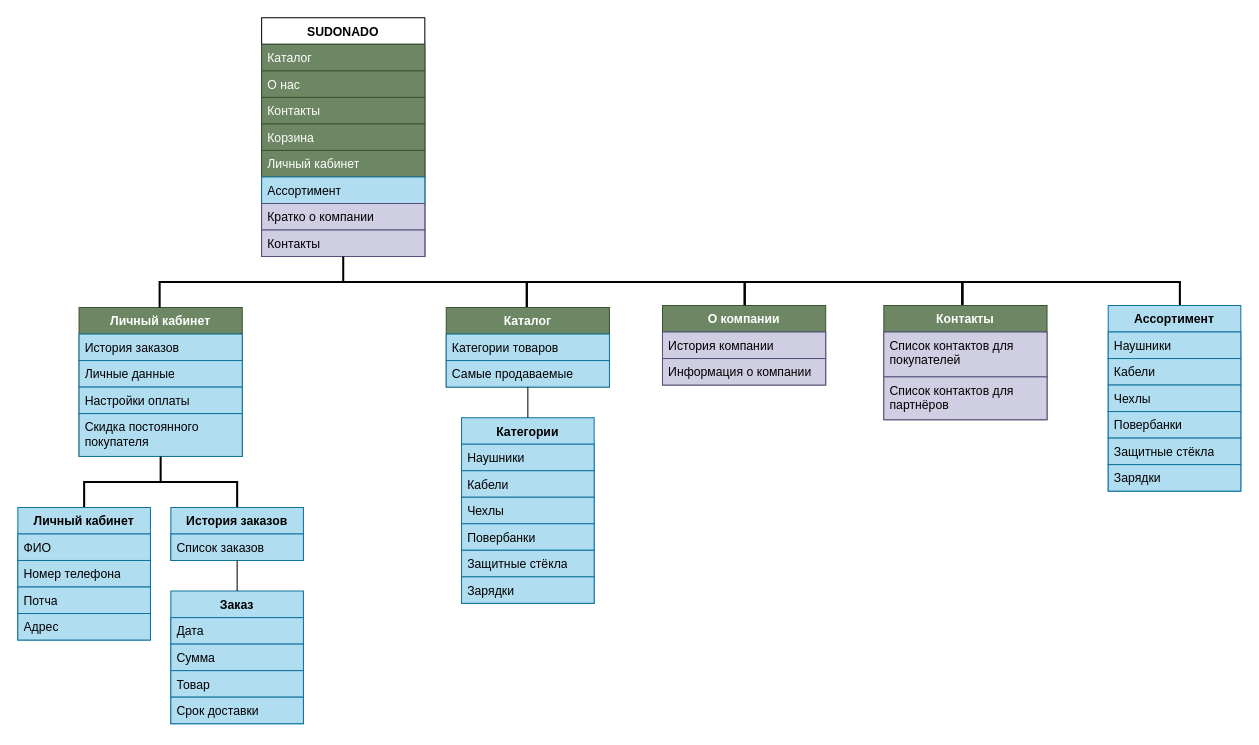
qnezor/qnezor.github.io keeps this draw.io diagram as Диаграмма без названия.drawio. Above is the earlier version. Source tidied: cells renumbered, new cells numbered last; positions are measured from the earlier drawing's top-left corner, leaving out a move shared by most shapes. Both pictures are drawn from the tidied source at 102%, with x=0, y=0 at pixel (17, 17).
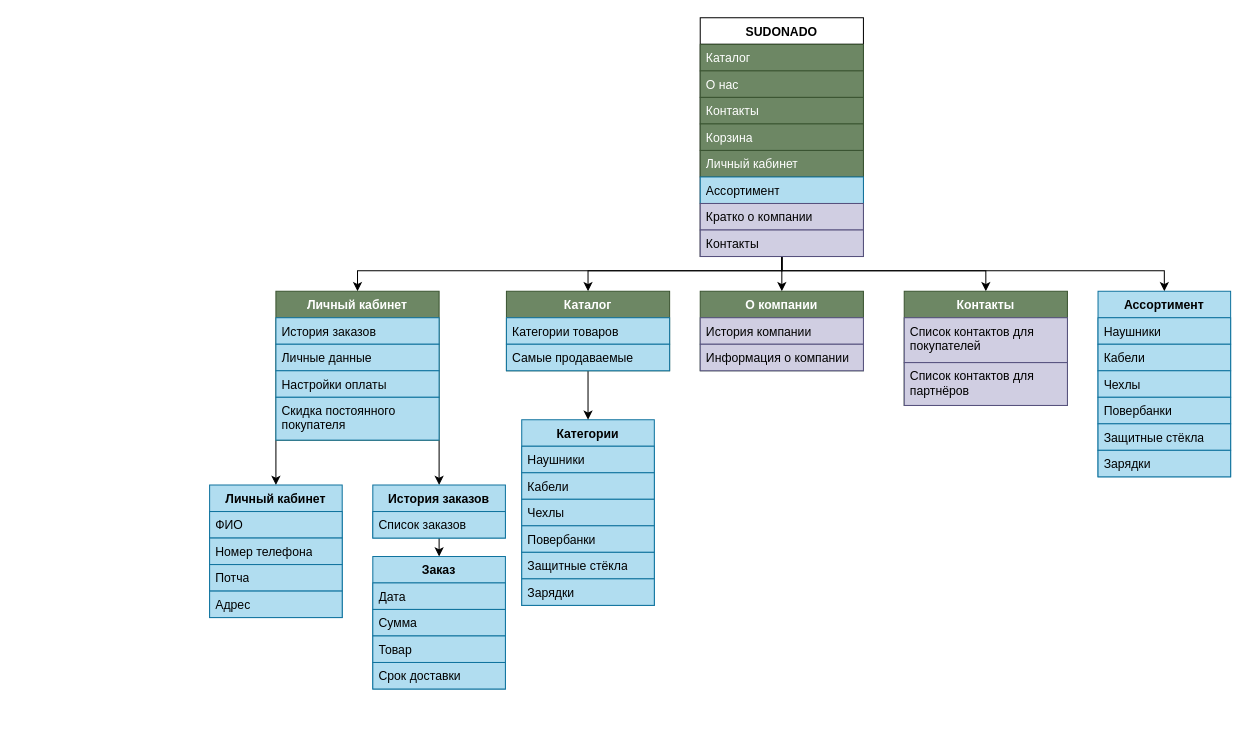
Above is the later version.

Change to the diagram source:
```diff
@@
-    <mxCell id="2" style="strokeWidth=2;html=1;shape=mxgraph.flowchart.annotation_1;align=left;rotation=90;" parent="1" vertex="1">
-      <mxGeometry x="1021" y="163.8" width="23" height="213.5" as="geometry" />
-    </mxCell>
+    <mxCell id="58" style="edgeStyle=orthogonalEdgeStyle;rounded=0;jettySize=auto;html=1;exitX=0.5;exitY=1;exitDx=0;exitDy=0;entryX=0.5;entryY=0;entryDx=0;entryDy=0;" parent="1" edge="1" source="3" target="40">
+      <mxGeometry relative="1" as="geometry" />
+    </mxCell>
+    <mxCell id="59" style="edgeStyle=orthogonalEdgeStyle;rounded=0;jettySize=auto;html=1;exitX=0.5;exitY=1;exitDx=0;exitDy=0;entryX=0.5;entryY=0;entryDx=0;entryDy=0;" parent="1" edge="1" source="3" target="47">
+      <mxGeometry relative="1" as="geometry">
+        <Array as="points">
+          <mxPoint x="749" y="248" />
+          <mxPoint x="559" y="248" />
+        </Array>
+      </mxGeometry>
+    </mxCell>
+    <mxCell id="60" style="edgeStyle=orthogonalEdgeStyle;rounded=0;jettySize=auto;html=1;exitX=0.5;exitY=1;exitDx=0;exitDy=0;entryX=0.5;entryY=0;entryDx=0;entryDy=0;" parent="1" edge="1" source="3" target="12">
+      <mxGeometry relative="1" as="geometry">
+        <Array as="points">
+          <mxPoint x="749" y="248" />
+          <mxPoint x="333" y="248" />
+        </Array>
+      </mxGeometry>
+    </mxCell>
+    <mxCell id="61" style="edgeStyle=orthogonalEdgeStyle;rounded=0;jettySize=auto;html=1;exitX=0.5;exitY=1;exitDx=0;exitDy=0;entryX=0.5;entryY=0;entryDx=0;entryDy=0;" parent="1" edge="1" source="3" target="44">
+      <mxGeometry relative="1" as="geometry">
+        <Array as="points">
+          <mxPoint x="749" y="248" />
+          <mxPoint x="949" y="248" />
+        </Array>
+      </mxGeometry>
+    </mxCell>
+    <mxCell id="62" style="edgeStyle=orthogonalEdgeStyle;rounded=0;jettySize=auto;html=1;exitX=0.5;exitY=1;exitDx=0;exitDy=0;entryX=0.5;entryY=0;entryDx=0;entryDy=0;" parent="1" edge="1" source="3" target="51">
+      <mxGeometry relative="1" as="geometry">
+        <Array as="points">
+          <mxPoint x="749" y="248" />
+          <mxPoint x="1124" y="248" />
+        </Array>
+      </mxGeometry>
+    </mxCell>
     <mxCell id="3" value="SUDONADO" style="swimlane;fontStyle=1;align=center;verticalAlign=top;horizontal=1;startSize=26;whiteSpace=wrap;html=1;" parent="1" vertex="1">
-      <mxGeometry x="239" width="160" height="234" as="geometry" />
+      <mxGeometry x="669" width="160" height="234" as="geometry" />
     </mxCell>
@@
+    <mxCell id="63" style="edgeStyle=orthogonalEdgeStyle;rounded=0;jettySize=auto;html=1;exitX=1;exitY=1;exitDx=0;exitDy=0;entryX=0.5;entryY=0;entryDx=0;entryDy=0;" parent="1" edge="1" source="12" target="24">
+      <mxGeometry relative="1" as="geometry" />
+    </mxCell>
+    <mxCell id="64" style="edgeStyle=orthogonalEdgeStyle;rounded=0;jettySize=auto;html=1;exitX=0;exitY=1;exitDx=0;exitDy=0;entryX=0.5;entryY=0;entryDx=0;entryDy=0;" parent="1" edge="1" source="12" target="19">
+      <mxGeometry relative="1" as="geometry" />
+    </mxCell>
     <mxCell id="12" value="Личный кабинет" style="swimlane;fontStyle=1;align=center;verticalAlign=top;horizontal=1;startSize=26;whiteSpace=wrap;html=1;fillColor=#6d8764;strokeColor=#3A5431;fontColor=#ffffff;" parent="1" vertex="1">
-      <mxGeometry x="60" y="284" width="160" height="146" as="geometry" />
+      <mxGeometry x="253" y="268" width="160" height="146" as="geometry" />
     </mxCell>
@@
-    <mxCell id="17" style="strokeWidth=2;shape=mxgraph.flowchart.annotation_2;align=left;labelPosition=right;direction=south;labelBorderColor=none;html=1;" parent="1" vertex="1">
-      <mxGeometry x="139" y="234" width="360" height="50" as="geometry" />
-    </mxCell>
-    <mxCell id="18" style="strokeWidth=2;html=1;shape=mxgraph.flowchart.annotation_2;align=left;labelPosition=right;direction=south;" parent="1" vertex="1">
-      <mxGeometry x="65" y="430" width="150" height="50" as="geometry" />
-    </mxCell>
     <mxCell id="19" value="Личный кабинет" style="swimlane;fontStyle=1;align=center;verticalAlign=top;horizontal=1;startSize=26;whiteSpace=wrap;html=1;fillColor=#b1ddf0;strokeColor=#10739e;" parent="1" vertex="1">
-      <mxGeometry y="480" width="130" height="130" as="geometry" />
+      <mxGeometry x="188" y="458" width="130" height="130" as="geometry" />
     </mxCell>
@@
+    <mxCell id="65" style="edgeStyle=orthogonalEdgeStyle;rounded=0;jettySize=auto;html=1;exitX=0.5;exitY=1;exitDx=0;exitDy=0;entryX=0.5;entryY=0;entryDx=0;entryDy=0;" parent="1" edge="1" source="24" target="26">
+      <mxGeometry relative="1" as="geometry" />
+    </mxCell>
     <mxCell id="24" value="&lt;div&gt;История заказов&lt;/div&gt;&lt;div&gt;&lt;br&gt;&lt;/div&gt;" style="swimlane;fontStyle=1;align=center;verticalAlign=top;horizontal=1;startSize=26;whiteSpace=wrap;html=1;fillColor=#b1ddf0;strokeColor=#10739e;" parent="1" vertex="1">
-      <mxGeometry x="150" y="480" width="130" height="52" as="geometry" />
+      <mxGeometry x="348" y="458" width="130" height="52" as="geometry" />
     </mxCell>
@@
     <mxCell id="26" value="Заказ" style="swimlane;fontStyle=1;align=center;verticalAlign=top;horizontal=1;startSize=26;whiteSpace=wrap;html=1;fillColor=#b1ddf0;strokeColor=#10739e;" parent="1" vertex="1">
-      <mxGeometry x="150" y="562" width="130" height="130" as="geometry" />
+      <mxGeometry x="348" y="528" width="130" height="130" as="geometry" />
     </mxCell>
@@
-    <mxCell id="31" style="line;strokeWidth=1;fillColor=none;align=left;verticalAlign=middle;spacingTop=-1;spacingLeft=3;spacingRight=3;labelPosition=right;strokeColor=inherit;direction=south;" parent="1" vertex="1">
-      <mxGeometry x="203" y="532" width="24" height="30" as="geometry" />
-    </mxCell>
     <mxCell id="32" value="Категории" style="swimlane;fontStyle=1;align=center;verticalAlign=top;horizontal=1;startSize=26;whiteSpace=wrap;html=1;fillColor=#b1ddf0;strokeColor=#10739e;" parent="1" vertex="1">
-      <mxGeometry x="435" y="392" width="130" height="182" as="geometry" />
+      <mxGeometry x="494" y="394" width="130" height="182" as="geometry" />
     </mxCell>
@@
-    <mxCell id="39" style="strokeWidth=2;html=1;shape=mxgraph.flowchart.annotation_1;align=left;rotation=90;" parent="1" vertex="1">
-      <mxGeometry x="593.2" y="164.8" width="25" height="213.5" as="geometry" />
-    </mxCell>
     <mxCell id="40" value="О компании" style="swimlane;fontStyle=1;align=center;verticalAlign=top;horizontal=1;startSize=26;whiteSpace=wrap;html=1;fillColor=#6d8764;strokeColor=#3A5431;fontColor=#ffffff;" parent="1" vertex="1">
-      <mxGeometry x="632" y="282" width="160" height="78" as="geometry" />
+      <mxGeometry x="669" y="268" width="160" height="78" as="geometry" />
     </mxCell>
@@
-    <mxCell id="43" style="strokeWidth=2;html=1;shape=mxgraph.flowchart.annotation_1;align=left;rotation=90;" parent="1" vertex="1">
-      <mxGeometry x="808" y="163.8" width="23" height="213.5" as="geometry" />
-    </mxCell>
     <mxCell id="44" value="Контакты" style="swimlane;fontStyle=1;align=center;verticalAlign=top;horizontal=1;startSize=26;whiteSpace=wrap;html=1;fillColor=#6d8764;strokeColor=#3A5431;fontColor=#ffffff;" parent="1" vertex="1">
-      <mxGeometry x="849" y="282" width="160" height="112" as="geometry" />
+      <mxGeometry x="869" y="268" width="160" height="112" as="geometry" />
     </mxCell>
@@
+    <mxCell id="66" style="edgeStyle=orthogonalEdgeStyle;rounded=0;jettySize=auto;html=1;exitX=0.5;exitY=1;exitDx=0;exitDy=0;entryX=0.5;entryY=0;entryDx=0;entryDy=0;" parent="1" edge="1" source="47" target="32">
+      <mxGeometry relative="1" as="geometry" />
+    </mxCell>
     <mxCell id="47" value="Каталог" style="swimlane;fontStyle=1;align=center;verticalAlign=top;horizontal=1;startSize=26;whiteSpace=wrap;html=1;fillColor=#6d8764;strokeColor=#3A5431;fontColor=#ffffff;" parent="1" vertex="1">
-      <mxGeometry x="420" y="284" width="160" height="78" as="geometry" />
+      <mxGeometry x="479" y="268" width="160" height="78" as="geometry" />
     </mxCell>
@@
-    <mxCell id="50" style="line;strokeWidth=1;fillColor=none;align=left;verticalAlign=middle;spacingTop=-1;spacingLeft=3;spacingRight=3;labelPosition=right;strokeColor=inherit;direction=south;" parent="1" vertex="1">
-      <mxGeometry x="488" y="362" width="24" height="30" as="geometry" />
-    </mxCell>
     <mxCell id="51" value="Ассортимент&lt;br&gt;" style="swimlane;fontStyle=1;align=center;verticalAlign=top;horizontal=1;startSize=26;whiteSpace=wrap;html=1;fillColor=#b1ddf0;strokeColor=#10739e;" parent="1" vertex="1">
-      <mxGeometry x="1069" y="282" width="130" height="182" as="geometry" />
+      <mxGeometry x="1059" y="268" width="130" height="182" as="geometry" />
     </mxCell>
```
